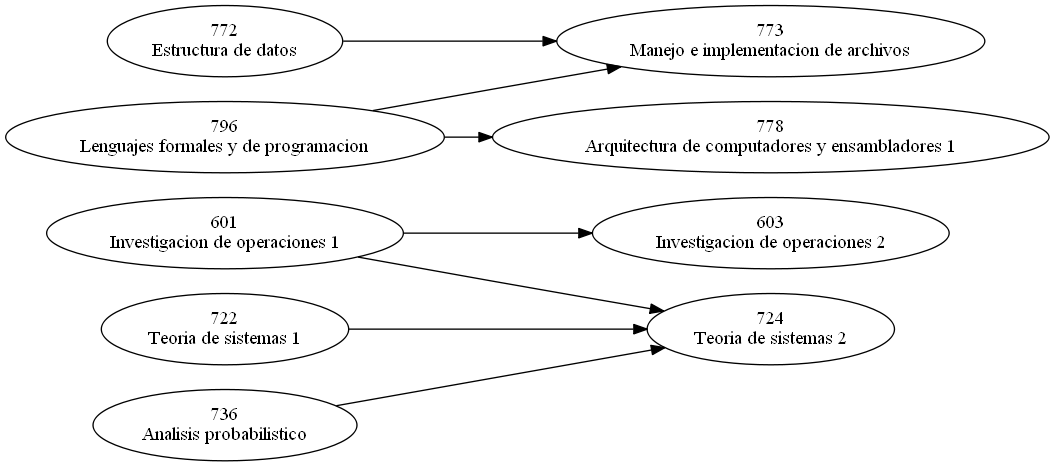
This is Fase 2/frontend/web/static/redEst.png from JoseMore99/EDD_SmartClass_201701015, a Graphviz export, as it was before one commit. Its source is kept beside it as Fase 2/redEst.dot.
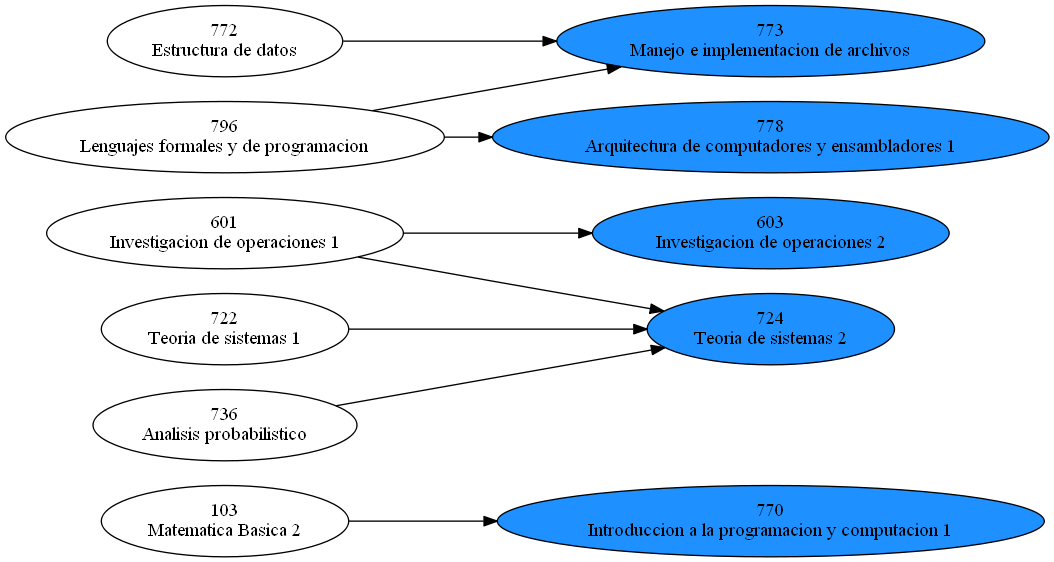
After the change.

The edit, as a diff of the source:
```diff
@@ -1,12 +1,13 @@
 digraph G{
 rankdir=LR
 charset="Latin1"
-"601\nInvestigacion de operaciones 1"->"603\nInvestigacion de operaciones 2";
-"722\nTeoria de sistemas 1"->"724\nTeoria de sistemas 2";
-"601\nInvestigacion de operaciones 1"->"724\nTeoria de sistemas 2";
-"736\nAnalisis probabilistico"->"724\nTeoria de sistemas 2";
-"772\nEstructura de datos"->"773\nManejo e implementacion de archivos";
-"796\nLenguajes formales y de programacion"->"773\nManejo e implementacion de archivos";
-"796\nLenguajes formales y de programacion"->"778\nArquitectura de computadores y ensambladores 1";
+"770\nIntroduccion a la programacion y computacion 1"[fillcolor=dodgerblue style="filled"]"103\nMatematica Basica 2"->"770\nIntroduccion a la programacion y computacion 1";
+"603\nInvestigacion de operaciones 2"[fillcolor=dodgerblue style="filled"]"601\nInvestigacion de operaciones 1"->"603\nInvestigacion de operaciones 2";
+"724\nTeoria de sistemas 2"[fillcolor=dodgerblue style="filled"]"722\nTeoria de sistemas 1"->"724\nTeoria de sistemas 2";
+"724\nTeoria de sistemas 2"[fillcolor=dodgerblue style="filled"]"601\nInvestigacion de operaciones 1"->"724\nTeoria de sistemas 2";
+"724\nTeoria de sistemas 2"[fillcolor=dodgerblue style="filled"]"736\nAnalisis probabilistico"->"724\nTeoria de sistemas 2";
+"773\nManejo e implementacion de archivos"[fillcolor=dodgerblue style="filled"]"772\nEstructura de datos"->"773\nManejo e implementacion de archivos";
+"773\nManejo e implementacion de archivos"[fillcolor=dodgerblue style="filled"]"796\nLenguajes formales y de programacion"->"773\nManejo e implementacion de archivos";
+"778\nArquitectura de computadores y ensambladores 1"[fillcolor=dodgerblue style="filled"]"796\nLenguajes formales y de programacion"->"778\nArquitectura de computadores y ensambladores 1";
 
 }
```
